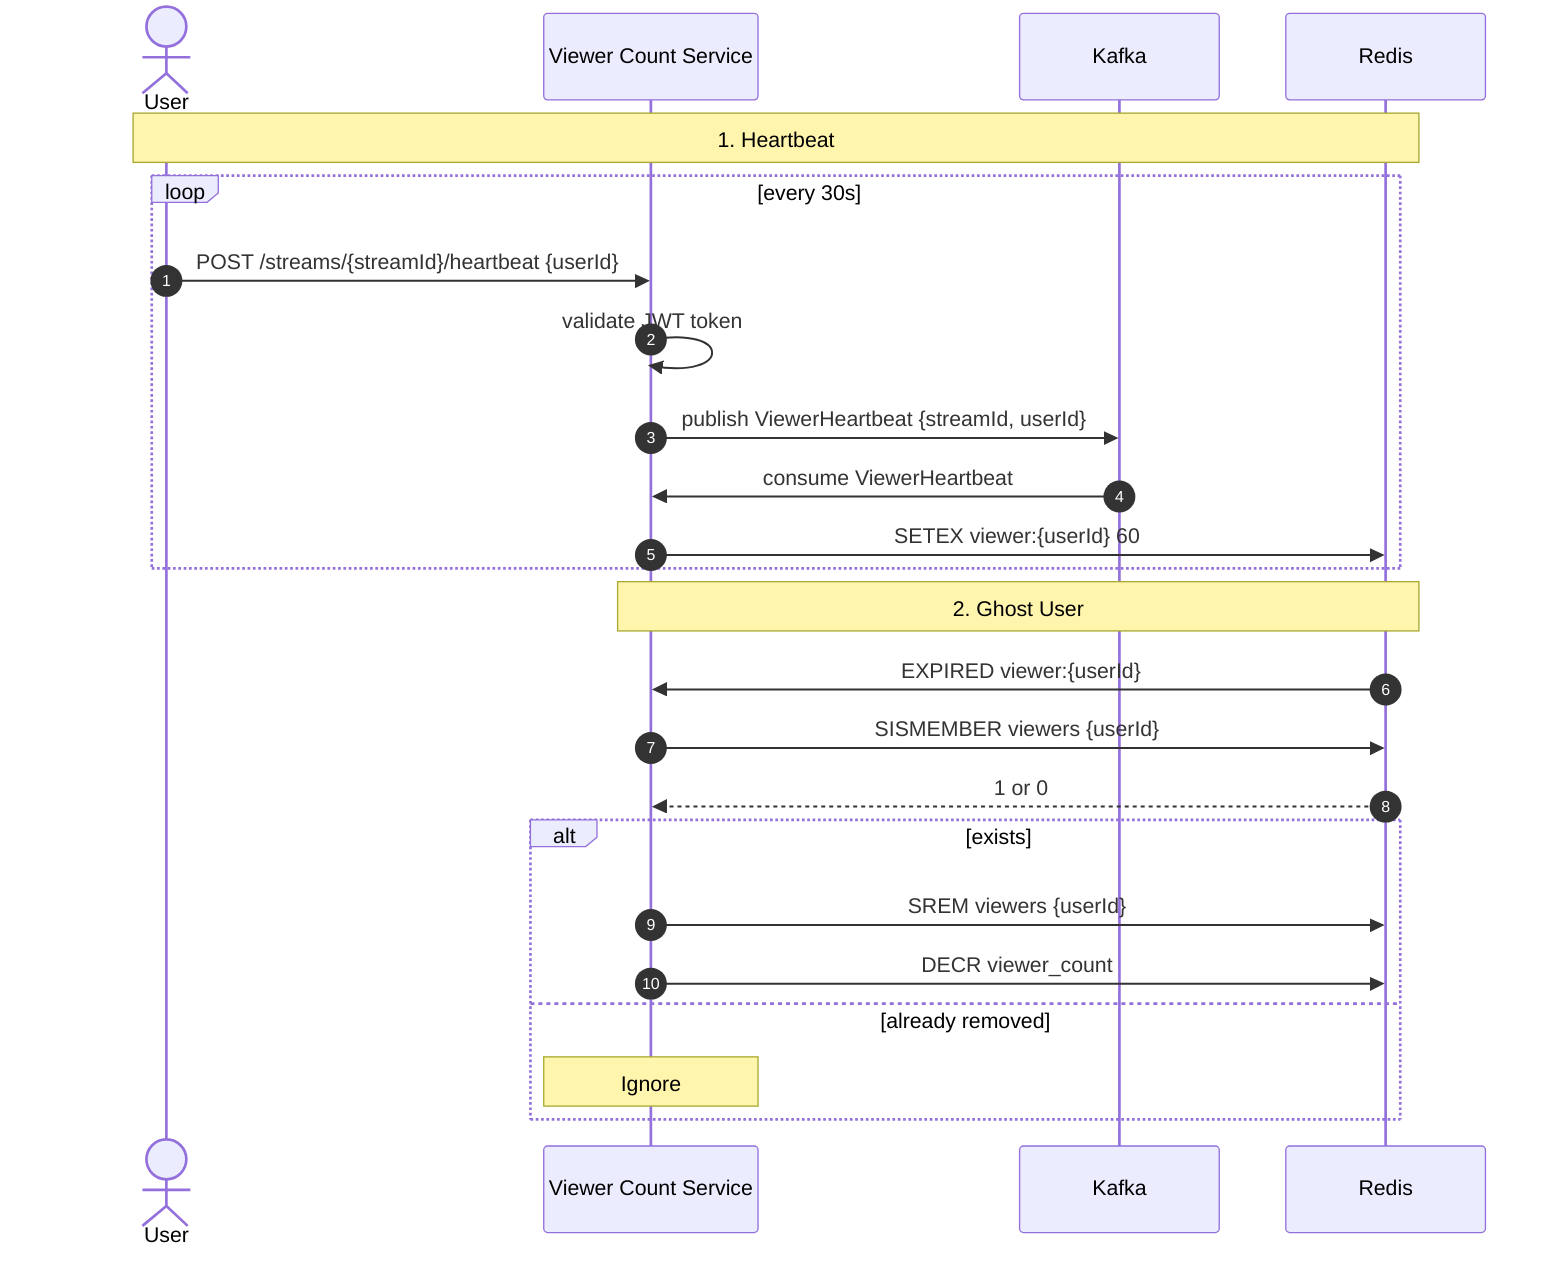
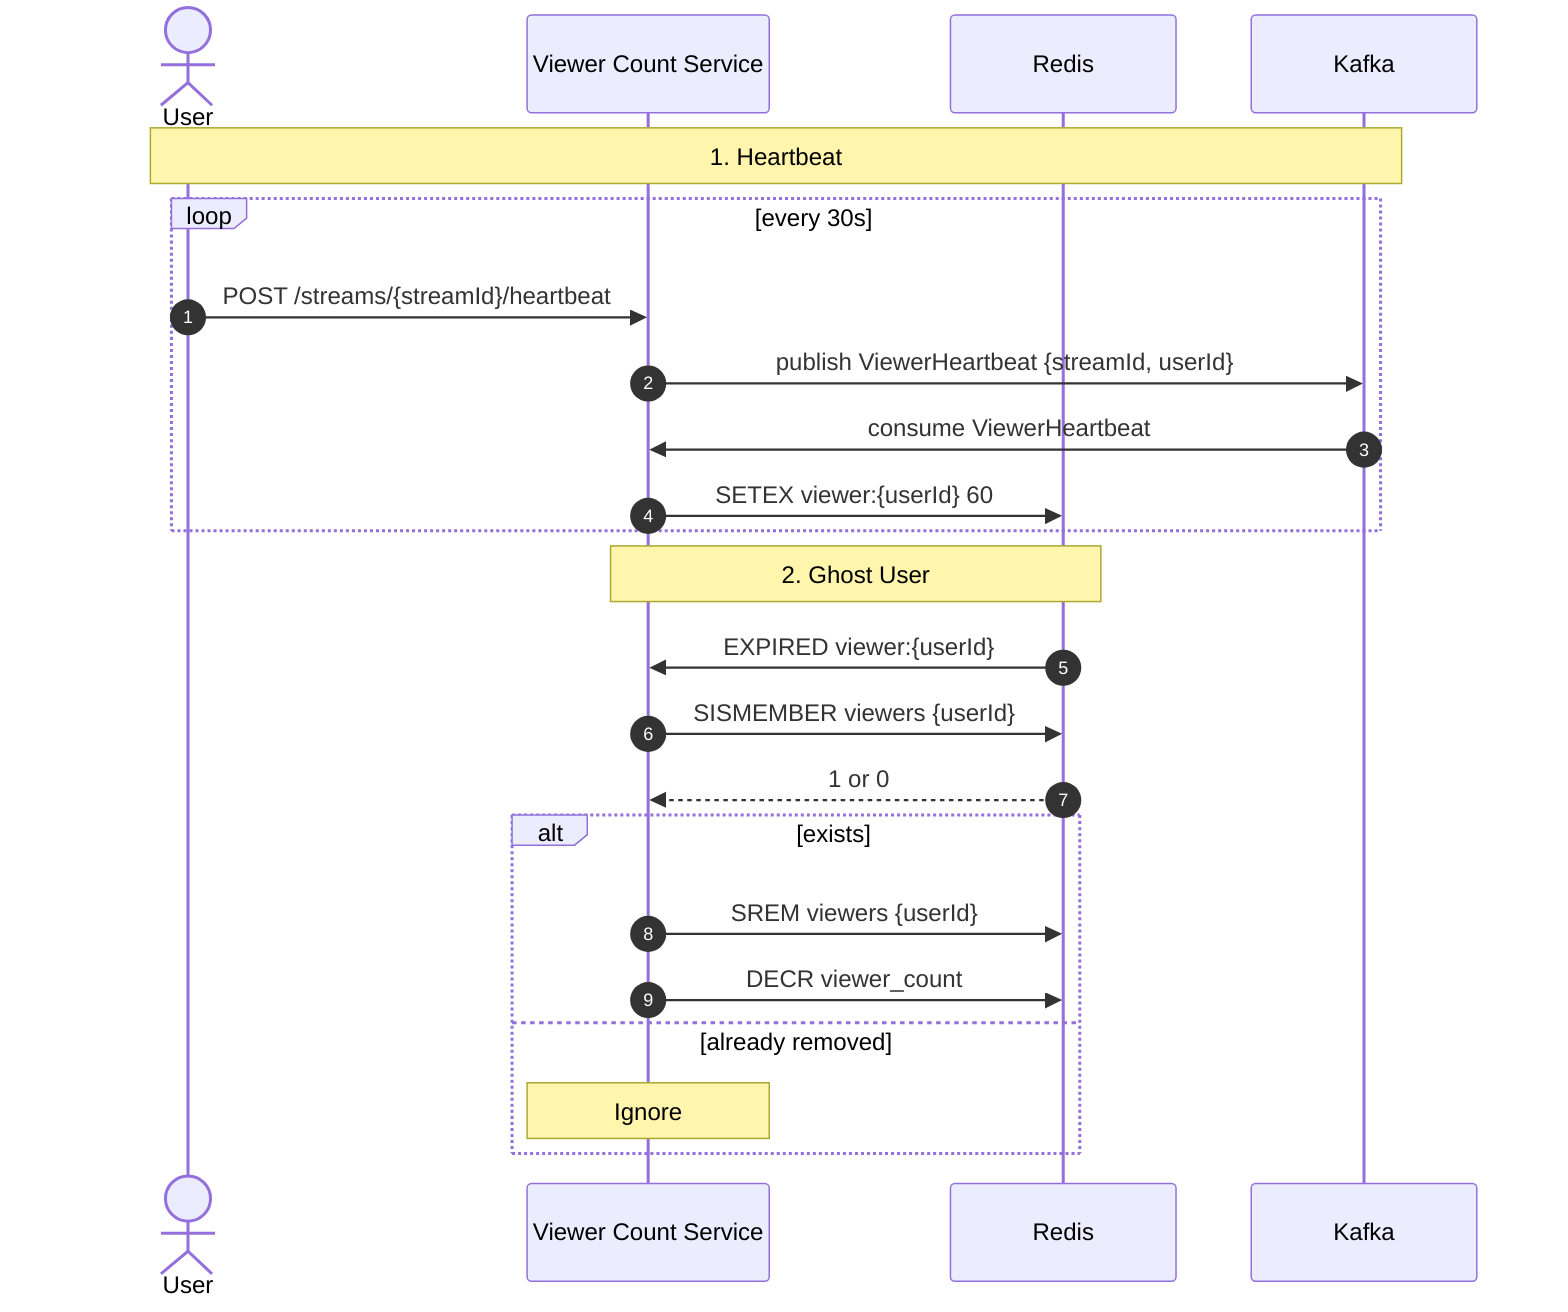
sequenceDiagram
    autonumber
    actor U as User
    participant V as Viewer Count Service
+     participant R as Redis
    participant K as Kafka
-     participant R as Redis

-     Note over U,R: 1. Heartbeat
+     Note over U,K: 1. Heartbeat
    loop every 30s
-         U->>V: POST /streams/{streamId}/heartbeat {userId}
-         V->>V: validate JWT token
+         U->>V: POST /streams/{streamId}/heartbeat
        V->>K: publish ViewerHeartbeat {streamId, userId}
        K->>V: consume ViewerHeartbeat
        V->>R: SETEX viewer:{userId} 60
    end

    Note over V,R: 2. Ghost User
    R->>V: EXPIRED viewer:{userId}
    V->>R: SISMEMBER viewers {userId}
    R-->>V: 1 or 0
    alt exists
        V->>R: SREM viewers {userId}
        V->>R: DECR viewer_count
    else already removed
        Note over V: Ignore
    end